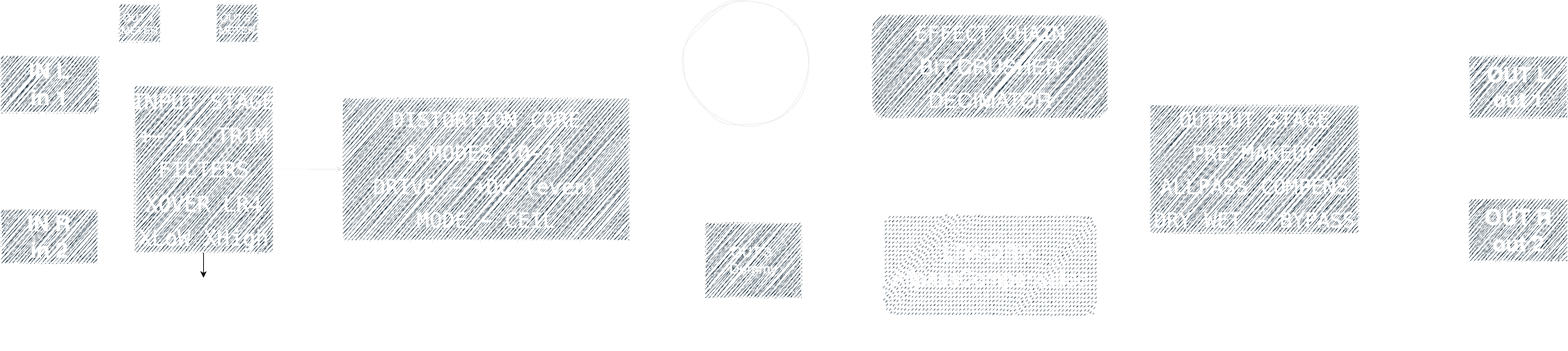
The draw.io diagram Assets/diagram.png in cjitter/JCBDistortion, before a commit. Source tidied: cells renumbered, new cells last; positions are measured from the earlier drawing's top-left corner, leaving out a move shared by most shapes.
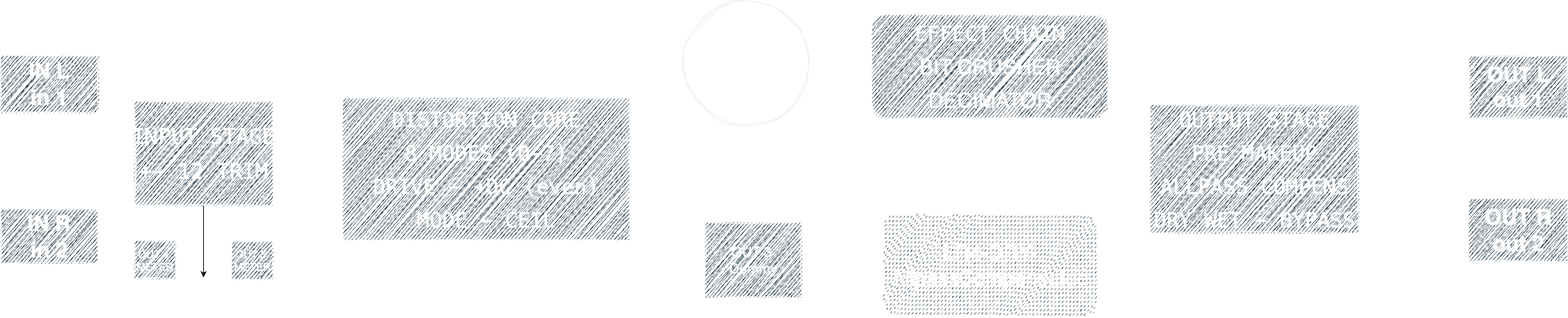
After the commit.

Commit message:
Actualización bloques de código de gen y diagrama. Update fondo bypass

What changed in the source:
```diff
@@ -21,7 +21,8 @@
     <mxCell id="6" style="edgeStyle=orthogonalEdgeStyle;jettySize=auto;html=1;rounded=0;labelBackgroundColor=none;fontColor=default;strokeColor=#FFFFFF;sketch=1;curveFitting=1;jiggle=2;" parent="1" edge="1" source="11" target="19">
       <mxGeometry relative="1" as="geometry">
         <Array as="points">
-          <mxPoint x="280" y="45" />
+          <mxPoint x="280" y="325" />
+          <mxPoint x="362" y="325" />
         </Array>
       </mxGeometry>
     </mxCell>
@@ -30,27 +31,24 @@
         <mxPoint x="292" y="398.1" as="targetPoint" />
       </mxGeometry>
     </mxCell>
-    <mxCell id="8" style="edgeStyle=orthogonalEdgeStyle;rounded=0;jettySize=auto;html=1;entryX=0;entryY=0.5;entryDx=0;entryDy=0;strokeColor=#ECECEC;" parent="1" edge="1" source="11" target="12">
-      <mxGeometry relative="1" as="geometry" />
-    </mxCell>
     <mxCell id="9" style="edgeStyle=orthogonalEdgeStyle;rounded=0;jettySize=auto;html=1;exitX=1;exitY=0;exitDx=0;exitDy=0;strokeColor=#FFFFFF;" parent="1" edge="1" source="11" target="26">
       <mxGeometry relative="1" as="geometry">
         <Array as="points">
-          <mxPoint x="392" y="95" />
+          <mxPoint x="322" y="145" />
+          <mxPoint x="322" y="65" />
         </Array>
       </mxGeometry>
     </mxCell>
-    <mxCell id="10" style="edgeStyle=orthogonalEdgeStyle;rounded=0;jettySize=auto;html=1;strokeColor=#FFFFFF;" parent="1" edge="1" source="11" target="27">
-      <mxGeometry relative="1" as="geometry">
-        <Array as="points">
-          <mxPoint x="442" y="243" />
-          <mxPoint x="442" y="495" />
-          <mxPoint x="1422" y="495" />
-        </Array>
-      </mxGeometry>
-    </mxCell>
+    <mxCell id="28" style="edgeStyle=orthogonalEdgeStyle;rounded=0;jettySize=auto;html=1;entryX=0;entryY=0;entryDx=0;entryDy=0;strokeColor=#FFFFFF;" parent="1" edge="1" source="11" target="26">
+      <mxGeometry relative="1" as="geometry">
+        <Array as="points">
+          <mxPoint x="242" y="25" />
+          <mxPoint x="1008" y="25" />
+        </Array>
+      </mxGeometry>
+    </mxCell>
-    <mxCell id="11" value="&lt;pre&gt;&lt;span style=&quot;font-size: 31px;&quot;&gt;INPUT STAGE&lt;/span&gt;&lt;/pre&gt;&lt;pre&gt;&lt;span style=&quot;font-size: 31px;&quot;&gt;+- 12 TRIM&lt;/span&gt;&lt;/pre&gt;&lt;pre&gt;&lt;span style=&quot;font-size: 31px;&quot;&gt;FILTERS&lt;/span&gt;&lt;/pre&gt;&lt;pre&gt;&lt;span style=&quot;font-size: 31px;&quot;&gt;XOVER LR4&lt;/span&gt;&lt;/pre&gt;&lt;pre&gt;&lt;span style=&quot;font-size: 31px;&quot;&gt;XLoW XHigh&lt;/span&gt;&lt;/pre&gt;" style="rounded=0;whiteSpace=wrap;html=1;labelBackgroundColor=none;strokeColor=#FFFFFF;fillColor=#182E3E;fontColor=#FFFFFF;sketch=1;curveFitting=1;jiggle=2;" parent="1" vertex="1">
-      <mxGeometry x="192" y="122.5" width="200" height="240" as="geometry" />
+    <mxCell id="11" value="&lt;pre&gt;&lt;span style=&quot;font-size: 31px;&quot;&gt;INPUT STAGE&lt;/span&gt;&lt;/pre&gt;&lt;pre&gt;&lt;span style=&quot;font-size: 31px;&quot;&gt;+- 12 TRIM&lt;/span&gt;&lt;/pre&gt;" style="rounded=0;whiteSpace=wrap;html=1;labelBackgroundColor=none;strokeColor=#FFFFFF;fillColor=#182E3E;fontColor=#FFFFFF;sketch=1;curveFitting=1;jiggle=2;" parent="1" vertex="1">
+      <mxGeometry x="192" y="145" width="200" height="150" as="geometry" />
     </mxCell>
     <mxCell id="12" value="&lt;pre&gt;&lt;span style=&quot;font-size: 30px;&quot;&gt;DISTORTION CORE&lt;/span&gt;&lt;/pre&gt;&lt;pre&gt;&lt;span style=&quot;font-size: 30px;&quot;&gt;8 MODES (0-7)&lt;/span&gt;&lt;/pre&gt;&lt;pre&gt;&lt;span style=&quot;font-size: 30px;&quot;&gt;DRIVE - +DC (even)&lt;/span&gt;&lt;/pre&gt;&lt;pre&gt;&lt;span style=&quot;font-size: 30px;&quot;&gt;MODE - CEIL&lt;/span&gt;&lt;/pre&gt;" style="rounded=0;whiteSpace=wrap;html=1;labelBackgroundColor=none;strokeColor=#FFFFFF;gradientDirection=west;fillColor=#182E3E;fontColor=#FFFFFF;sketch=1;curveFitting=1;jiggle=2;" parent="1" vertex="1">
       <mxGeometry x="492" y="140" width="412" height="205" as="geometry" />
@@ -71,10 +69,10 @@
       <mxGeometry x="2110" y="79.4" width="142" height="90" as="geometry" />
     </mxCell>
     <mxCell id="18" value="&lt;div&gt;&lt;font style=&quot;font-size: 15px;&quot;&gt;OUT 4&amp;nbsp;&lt;/font&gt;&lt;/div&gt;&lt;div&gt;&lt;font style=&quot;font-size: 15px;&quot;&gt;METER&lt;/font&gt;&lt;/div&gt;" style="rounded=0;whiteSpace=wrap;html=1;labelBackgroundColor=none;strokeColor=#FFFFFF;fillColor=#182E3E;fontColor=#FFFFFF;sketch=1;curveFitting=1;jiggle=2;" parent="1" vertex="1">
-      <mxGeometry x="170" y="5" width="60" height="55" as="geometry" />
+      <mxGeometry x="192" y="345" width="60" height="55" as="geometry" />
     </mxCell>
     <mxCell id="19" value="&lt;font style=&quot;font-size: 15px;&quot;&gt;OUT 5&amp;nbsp;&lt;/font&gt;&lt;div&gt;&lt;font style=&quot;font-size: 15px;&quot;&gt;METER&lt;/font&gt;&lt;/div&gt;" style="rounded=0;whiteSpace=wrap;html=1;labelBackgroundColor=none;strokeColor=#FFFFFF;fillColor=#182E3E;fontColor=#FFFFFF;sketch=1;curveFitting=1;jiggle=2;" parent="1" vertex="1">
-      <mxGeometry x="310" y="5" width="60" height="55" as="geometry" />
+      <mxGeometry x="332" y="345.9" width="60" height="55" as="geometry" />
     </mxCell>
     <mxCell id="20" value="&lt;span style=&quot;font-size: 20px;&quot;&gt;OUT 3&amp;nbsp;&lt;/span&gt;&lt;div&gt;&lt;span style=&quot;font-size: 20px;&quot;&gt;Dummy&lt;/span&gt;&lt;/div&gt;" style="rounded=0;whiteSpace=wrap;html=1;labelBackgroundColor=none;strokeColor=#FFFFFF;fillColor=#182E3E;fontColor=#FFFFFF;sketch=1;curveFitting=1;jiggle=2;" parent="1" vertex="1">
       <mxGeometry x="1012" y="318.8" width="140" height="109.4" as="geometry" />
@@ -101,7 +99,8 @@
     <mxCell id="24" style="edgeStyle=orthogonalEdgeStyle;jettySize=auto;html=1;rounded=0;labelBackgroundColor=none;fontColor=default;strokeColor=#FFFFFF;sketch=1;curveFitting=1;jiggle=2;" parent="1" edge="1" source="11" target="18">
       <mxGeometry relative="1" as="geometry">
         <Array as="points">
-          <mxPoint x="260" y="44" />
+          <mxPoint x="260" y="325" />
+          <mxPoint x="222" y="325" />
         </Array>
       </mxGeometry>
     </mxCell>
@@ -109,15 +108,44 @@
       <mxGeometry relative="1" as="geometry">
         <Array as="points">
           <mxPoint x="1212" y="255" />
-          <mxPoint x="1212" y="86" />
+          <mxPoint x="1212" y="106" />
         </Array>
       </mxGeometry>
     </mxCell>
+    <mxCell id="29" style="edgeStyle=orthogonalEdgeStyle;rounded=0;jettySize=auto;html=1;strokeColor=#FFFFFF;" parent="1" edge="1" source="26" target="27">
+      <mxGeometry relative="1" as="geometry">
+        <Array as="points">
+          <mxPoint x="1082" y="205" />
+          <mxPoint x="1422" y="205" />
+        </Array>
+      </mxGeometry>
+    </mxCell>
     <mxCell id="26" value="&lt;pre style=&quot;color: rgb(255, 255, 255);&quot;&gt;&lt;span style=&quot;font-size: 30px;&quot;&gt;Xover&lt;/span&gt;&lt;/pre&gt;&lt;pre style=&quot;color: rgb(255, 255, 255);&quot;&gt;&lt;span style=&quot;font-size: 30px;&quot;&gt;LR4&lt;/span&gt;&lt;/pre&gt;" style="ellipse;whiteSpace=wrap;html=1;fillColor=default;strokeColor=#EDEDED;shadow=0;sketch=1;curveFitting=1;jiggle=2;fillStyle=dashed;" parent="1" vertex="1">
       <mxGeometry x="982" width="180" height="180" as="geometry" />
     </mxCell>
+    <mxCell id="30" style="edgeStyle=orthogonalEdgeStyle;rounded=0;jettySize=auto;html=1;strokeColor=#FFFFFF;" parent="1" edge="1" source="27" target="16">
+      <mxGeometry relative="1" as="geometry">
+        <Array as="points">
+          <mxPoint x="1622" y="380" />
+          <mxPoint x="1622" y="242" />
+        </Array>
+      </mxGeometry>
+    </mxCell>
     <mxCell id="27" value="&lt;span style=&quot;font-size: 30px;&quot;&gt;LR4-DRY-AllpassCompensated&lt;/span&gt;" style="whiteSpace=wrap;html=1;rounded=1;labelBackgroundColor=none;strokeColor=#FFFFFF;fillColor=#182E3E;fontColor=#FFFFFF;sketch=1;curveFitting=1;jiggle=2;fillStyle=dashed;" parent="1" vertex="1">
       <mxGeometry x="1267" y="305" width="310" height="150" as="geometry" />
     </mxCell>
+    <mxCell id="31" style="edgeStyle=orthogonalEdgeStyle;rounded=0;jettySize=auto;html=1;entryX=1.004;entryY=0.319;entryDx=0;entryDy=0;entryPerimeter=0;strokeColor=#FFFFFF;" parent="1" edge="1" source="26" target="12">
+      <mxGeometry relative="1" as="geometry">
+        <Array as="points">
+          <mxPoint x="1082" y="205" />
+        </Array>
+      </mxGeometry>
+    </mxCell>
+    <mxCell id="32" value="&lt;font style=&quot;color: rgb(255, 255, 255);&quot;&gt;LEFT&lt;/font&gt;" style="text;html=1;align=center;verticalAlign=middle;whiteSpace=wrap;rounded=0;" parent="1" vertex="1">
+      <mxGeometry x="912" width="60" height="30" as="geometry" />
+    </mxCell>
+    <mxCell id="33" value="&lt;font style=&quot;color: rgb(255, 255, 255);&quot;&gt;RIGHT&lt;/font&gt;" style="text;html=1;align=center;verticalAlign=middle;whiteSpace=wrap;rounded=0;" parent="1" vertex="1">
+      <mxGeometry x="912" y="65" width="60" height="30" as="geometry" />
+    </mxCell>
   </root>
 </mxGraphModel>
```
